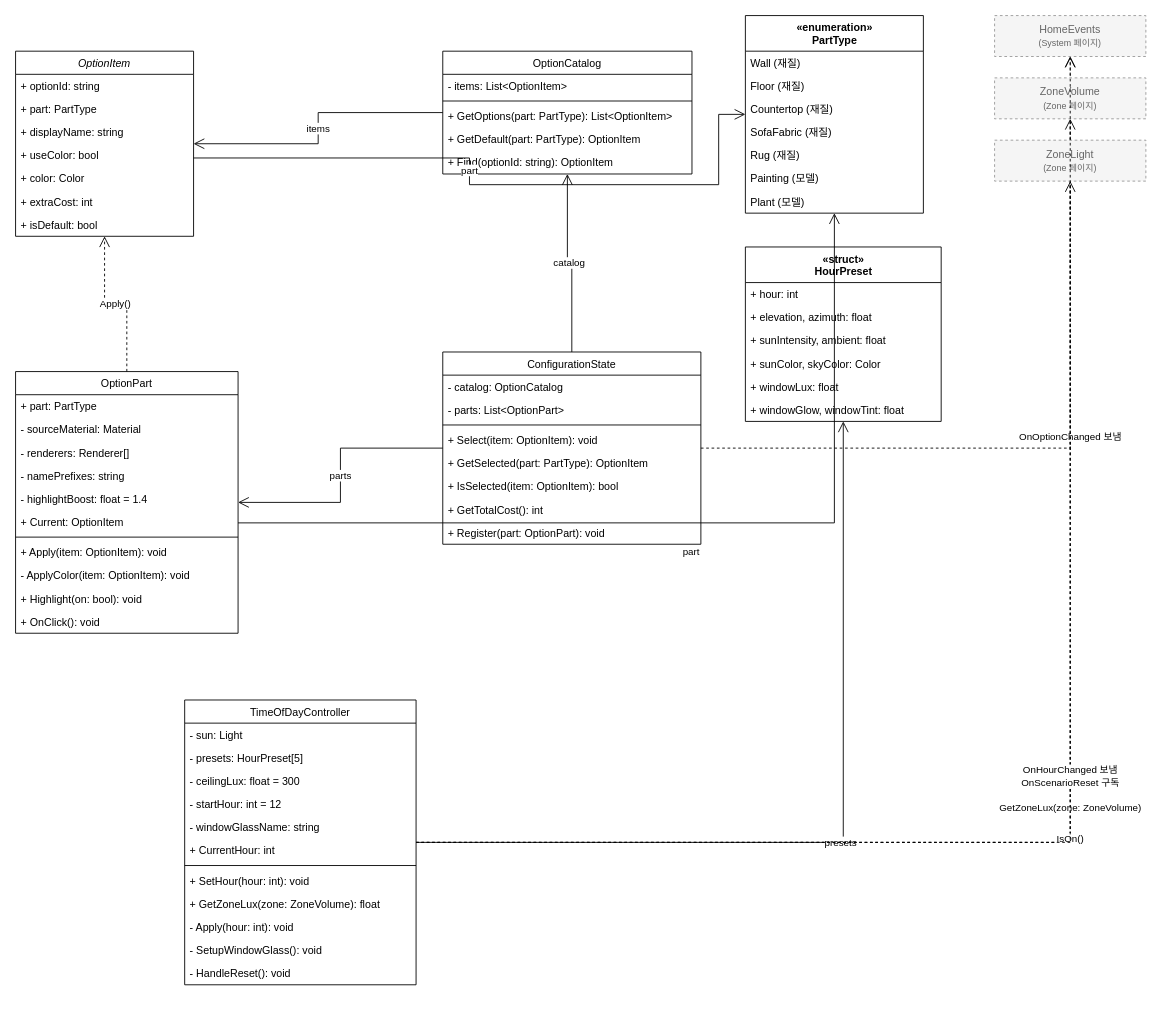
Before: page "OptionItem" (3 of 7) of docs/COM_core_Devices.drawio in JJUNI-01-KOR/com-modelhouse, a draw.io diagram. Source tidied: cells renumbered, new cells numbered last; positions are measured from the earlier drawing's top-left corner, leaving out a move shared by most shapes. Both pictures are drawn from the tidied source at 89%, with x=0, y=0 at pixel (15, 15).
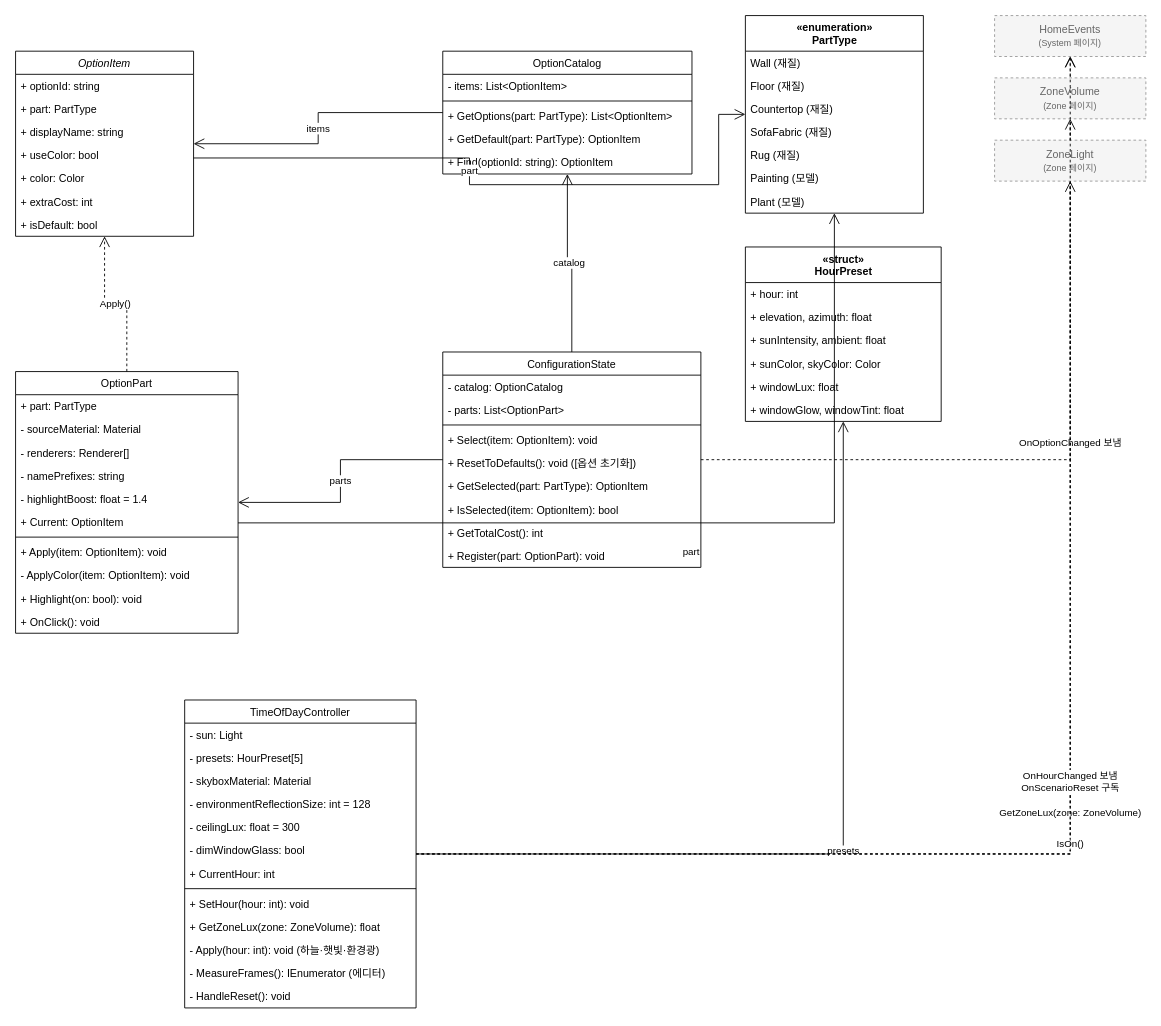
The same diagram, later.

Diff of the diagram source:
```diff
@@
     <mxCell id="22" value="ConfigurationState" style="swimlane;fontStyle=0;align=center;verticalAlign=top;horizontal=1;startSize=26;rounded=0;shadow=0;strokeWidth=1;" parent="1" vertex="1">
-      <mxGeometry x="480" y="378" width="290" height="216" as="geometry" />
+      <mxGeometry x="480" y="378" width="290" height="242" as="geometry" />
     </mxCell>
@@
-    <mxCell id="27" value="+ GetSelected(part: PartType): OptionItem" style="text;align=left;verticalAlign=top;spacingLeft=4;spacingRight=4;overflow=hidden;" parent="22" vertex="1">
+    <mxCell id="27" value="+ ResetToDefaults(): void  ([옵션 초기화])" style="text;align=left;verticalAlign=top;spacingLeft=4;spacingRight=4;overflow=hidden;" parent="22" vertex="1">
       <mxGeometry y="112" width="290" height="26" as="geometry" />
     </mxCell>
-    <mxCell id="28" value="+ IsSelected(item: OptionItem): bool" style="text;align=left;verticalAlign=top;spacingLeft=4;spacingRight=4;overflow=hidden;" parent="22" vertex="1">
+    <mxCell id="28" value="+ GetSelected(part: PartType): OptionItem" style="text;align=left;verticalAlign=top;spacingLeft=4;spacingRight=4;overflow=hidden;" parent="22" vertex="1">
       <mxGeometry y="138" width="290" height="26" as="geometry" />
     </mxCell>
-    <mxCell id="29" value="+ GetTotalCost(): int" style="text;align=left;verticalAlign=top;spacingLeft=4;spacingRight=4;overflow=hidden;" parent="22" vertex="1">
+    <mxCell id="29" value="+ IsSelected(item: OptionItem): bool" style="text;align=left;verticalAlign=top;spacingLeft=4;spacingRight=4;overflow=hidden;" parent="22" vertex="1">
       <mxGeometry y="164" width="290" height="26" as="geometry" />
     </mxCell>
-    <mxCell id="30" value="+ Register(part: OptionPart): void" style="text;align=left;verticalAlign=top;spacingLeft=4;spacingRight=4;overflow=hidden;" parent="22" vertex="1">
+    <mxCell id="30" value="+ GetTotalCost(): int" style="text;align=left;verticalAlign=top;spacingLeft=4;spacingRight=4;overflow=hidden;" parent="22" vertex="1">
       <mxGeometry y="190" width="290" height="26" as="geometry" />
     </mxCell>
+    <mxCell id="79" value="+ Register(part: OptionPart): void" style="text;align=left;verticalAlign=top;spacingLeft=4;spacingRight=4;overflow=hidden;" parent="22" vertex="1">
+      <mxGeometry y="216" width="290" height="26" as="geometry" />
+    </mxCell>
@@
     <mxCell id="37" value="TimeOfDayController" style="swimlane;fontStyle=0;align=center;verticalAlign=top;horizontal=1;startSize=26;rounded=0;shadow=0;strokeWidth=1;" parent="1" vertex="1">
-      <mxGeometry x="190" y="769" width="260" height="320" as="geometry" />
+      <mxGeometry x="190" y="769" width="260" height="346" as="geometry" />
     </mxCell>
@@
-    <mxCell id="40" value="- ceilingLux: float = 300" style="text;align=left;verticalAlign=top;spacingLeft=4;spacingRight=4;overflow=hidden;" parent="37" vertex="1">
+    <mxCell id="40" value="- skyboxMaterial: Material" style="text;align=left;verticalAlign=top;spacingLeft=4;spacingRight=4;overflow=hidden;" parent="37" vertex="1">
       <mxGeometry y="78" width="260" height="26" as="geometry" />
     </mxCell>
-    <mxCell id="41" value="- startHour: int = 12" style="text;align=left;verticalAlign=top;spacingLeft=4;spacingRight=4;overflow=hidden;" parent="37" vertex="1">
+    <mxCell id="41" value="- environmentReflectionSize: int = 128" style="text;align=left;verticalAlign=top;spacingLeft=4;spacingRight=4;overflow=hidden;" parent="37" vertex="1">
       <mxGeometry y="104" width="260" height="26" as="geometry" />
     </mxCell>
-    <mxCell id="42" value="- windowGlassName: string" style="text;align=left;verticalAlign=top;spacingLeft=4;spacingRight=4;overflow=hidden;" parent="37" vertex="1">
+    <mxCell id="42" value="- ceilingLux: float = 300" style="text;align=left;verticalAlign=top;spacingLeft=4;spacingRight=4;overflow=hidden;" parent="37" vertex="1">
       <mxGeometry y="130" width="260" height="26" as="geometry" />
     </mxCell>
-    <mxCell id="43" value="+ CurrentHour: int" style="text;align=left;verticalAlign=top;spacingLeft=4;spacingRight=4;overflow=hidden;" parent="37" vertex="1">
+    <mxCell id="43" value="- dimWindowGlass: bool" style="text;align=left;verticalAlign=top;spacingLeft=4;spacingRight=4;overflow=hidden;" parent="37" vertex="1">
       <mxGeometry y="156" width="260" height="26" as="geometry" />
     </mxCell>
-    <mxCell id="44" style="line;html=1;strokeWidth=1;align=left;verticalAlign=middle;spacingTop=-1;spacingLeft=3;spacingRight=3;labelPosition=right;" parent="37" vertex="1">
-      <mxGeometry y="182" width="260" height="8" as="geometry" />
+    <mxCell id="44" value="+ CurrentHour: int" style="text;align=left;verticalAlign=top;spacingLeft=4;spacingRight=4;overflow=hidden;" parent="37" vertex="1">
+      <mxGeometry y="182" width="260" height="26" as="geometry" />
     </mxCell>
-    <mxCell id="45" value="+ SetHour(hour: int): void" style="text;align=left;verticalAlign=top;spacingLeft=4;spacingRight=4;overflow=hidden;" parent="37" vertex="1">
-      <mxGeometry y="190" width="260" height="26" as="geometry" />
+    <mxCell id="45" style="line;html=1;strokeWidth=1;align=left;verticalAlign=middle;spacingTop=-1;spacingLeft=3;spacingRight=3;labelPosition=right;" parent="37" vertex="1">
+      <mxGeometry y="208" width="260" height="8" as="geometry" />
     </mxCell>
-    <mxCell id="46" value="+ GetZoneLux(zone: ZoneVolume): float" style="text;align=left;verticalAlign=top;spacingLeft=4;spacingRight=4;overflow=hidden;" parent="37" vertex="1">
+    <mxCell id="46" value="+ SetHour(hour: int): void" style="text;align=left;verticalAlign=top;spacingLeft=4;spacingRight=4;overflow=hidden;" parent="37" vertex="1">
       <mxGeometry y="216" width="260" height="26" as="geometry" />
     </mxCell>
-    <mxCell id="47" value="- Apply(hour: int): void" style="text;align=left;verticalAlign=top;spacingLeft=4;spacingRight=4;overflow=hidden;" parent="37" vertex="1">
+    <mxCell id="47" value="+ GetZoneLux(zone: ZoneVolume): float" style="text;align=left;verticalAlign=top;spacingLeft=4;spacingRight=4;overflow=hidden;" parent="37" vertex="1">
       <mxGeometry y="242" width="260" height="26" as="geometry" />
     </mxCell>
-    <mxCell id="48" value="- SetupWindowGlass(): void" style="text;align=left;verticalAlign=top;spacingLeft=4;spacingRight=4;overflow=hidden;" parent="37" vertex="1">
+    <mxCell id="48" value="- Apply(hour: int): void  (하늘·햇빛·환경광)" style="text;align=left;verticalAlign=top;spacingLeft=4;spacingRight=4;overflow=hidden;" parent="37" vertex="1">
       <mxGeometry y="268" width="260" height="26" as="geometry" />
     </mxCell>
-    <mxCell id="49" value="- HandleReset(): void" style="text;align=left;verticalAlign=top;spacingLeft=4;spacingRight=4;overflow=hidden;" parent="37" vertex="1">
+    <mxCell id="49" value="- MeasureFrames(): IEnumerator  (에디터)" style="text;align=left;verticalAlign=top;spacingLeft=4;spacingRight=4;overflow=hidden;" parent="37" vertex="1">
       <mxGeometry y="294" width="260" height="26" as="geometry" />
     </mxCell>
+    <mxCell id="80" value="- HandleReset(): void" style="text;align=left;verticalAlign=top;spacingLeft=4;spacingRight=4;overflow=hidden;" parent="37" vertex="1">
+      <mxGeometry y="320" width="260" height="26" as="geometry" />
+    </mxCell>
```
